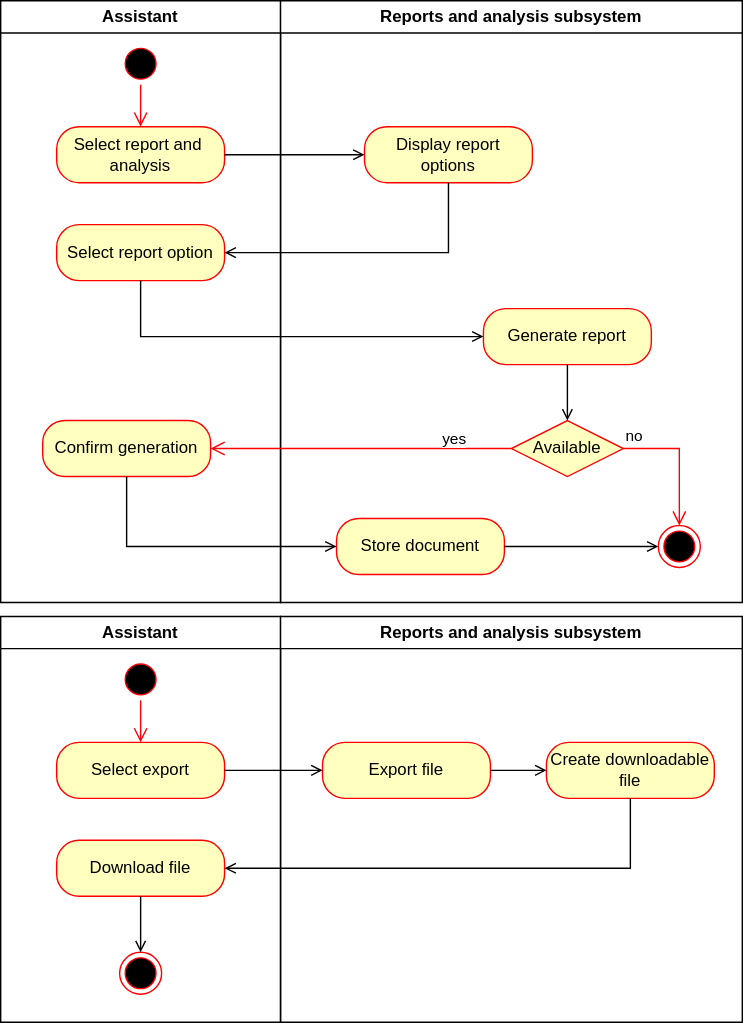
This is Reports_analysis_Activity.svg from Simamkele88/IFM3_GP, a draw.io export, as it was before one commit. Source tidied: cells renumbered, new cells last; positions are measured from the earlier drawing's top-left corner, leaving out a move shared by most shapes.
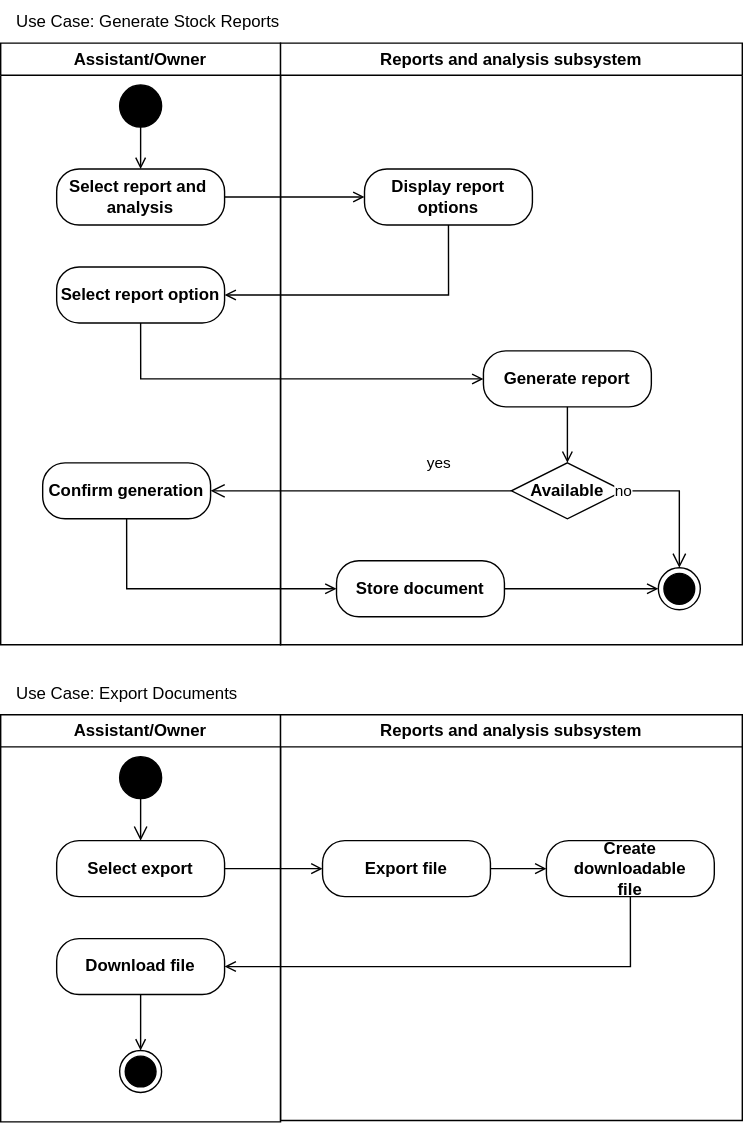
Later version of the same file.

The edit, as a diff of the source:
```diff
@@ -2,38 +2,39 @@
   <root>
     <mxCell id="0" />
     <mxCell id="1" parent="0" />
-    <mxCell id="2" value="Assistant" style="swimlane;whiteSpace=wrap;html=1;startSize=23;" parent="1" vertex="1">
+    <mxCell id="2" value="Assistant/Owner" style="swimlane;whiteSpace=wrap;html=1;startSize=23;" parent="1" vertex="1">
       <mxGeometry width="200" height="430" as="geometry" />
     </mxCell>
-    <mxCell id="3" value="Select report and&amp;nbsp;&lt;div&gt;analysis&lt;/div&gt;" style="rounded=1;whiteSpace=wrap;html=1;strokeColor=#ff0000;align=center;verticalAlign=middle;arcSize=40;fontFamily=Helvetica;fontSize=12;fontColor=#000000;fillColor=#ffffc0;" parent="2" vertex="1">
+    <mxCell id="3" value="Select report and&amp;nbsp;&lt;div&gt;analysis&lt;/div&gt;" style="rounded=1;whiteSpace=wrap;html=1;strokeColor=default;align=center;verticalAlign=middle;arcSize=40;fontFamily=Helvetica;fontSize=12;fontColor=default;fillColor=default;fontStyle=1;" parent="2" vertex="1">
       <mxGeometry x="40" y="90" width="120" height="40" as="geometry" />
     </mxCell>
-    <mxCell id="4" style="ellipse;html=1;shape=startState;fillColor=#000000;strokeColor=#ff0000;" parent="2" vertex="1">
-      <mxGeometry x="85" y="30" width="30" height="30" as="geometry" />
-    </mxCell>
-    <mxCell id="5" style="edgeStyle=orthogonalEdgeStyle;html=1;verticalAlign=bottom;endArrow=open;endSize=8;strokeColor=#ff0000;rounded=0;entryX=0.5;entryY=0;entryDx=0;entryDy=0;" parent="2" edge="1" source="4" target="3">
-      <mxGeometry relative="1" as="geometry" />
-    </mxCell>
-    <mxCell id="6" value="Select report option" style="rounded=1;whiteSpace=wrap;html=1;strokeColor=#ff0000;align=center;verticalAlign=middle;arcSize=40;fontFamily=Helvetica;fontSize=12;fontColor=#000000;fillColor=#ffffc0;" parent="2" vertex="1">
+    <mxCell id="6" value="Select report option" style="rounded=1;whiteSpace=wrap;html=1;strokeColor=default;align=center;verticalAlign=middle;arcSize=40;fontFamily=Helvetica;fontSize=12;fontColor=default;fillColor=default;fontStyle=1;" parent="2" vertex="1">
       <mxGeometry x="40" y="160" width="120" height="40" as="geometry" />
     </mxCell>
-    <mxCell id="7" value="Confirm generation" style="rounded=1;whiteSpace=wrap;html=1;strokeColor=#ff0000;align=center;verticalAlign=middle;arcSize=40;fontFamily=Helvetica;fontSize=12;fontColor=#000000;fillColor=#ffffc0;" parent="2" vertex="1">
+    <mxCell id="7" value="Confirm generation" style="rounded=1;whiteSpace=wrap;html=1;strokeColor=default;align=center;verticalAlign=middle;arcSize=40;fontFamily=Helvetica;fontSize=12;fontColor=default;fillColor=default;fontStyle=1;" parent="2" vertex="1">
       <mxGeometry x="30" y="300" width="120" height="40" as="geometry" />
     </mxCell>
+    <mxCell id="35" style="ellipse;fillColor=strokeColor;html=1;" parent="2" vertex="1">
+      <mxGeometry x="85" y="30" width="30" height="30" as="geometry" />
+    </mxCell>
+    <mxCell id="36" style="endArrow=open;html=1;rounded=0;exitX=0.5;exitY=1;exitDx=0;exitDy=0;entryX=0.5;entryY=0;entryDx=0;entryDy=0;endFill=0;" parent="2" edge="1" source="35" target="3">
+      <mxGeometry relative="1" as="geometry" />
+    </mxCell>
     <mxCell id="8" value="Reports and analysis subsystem" style="swimlane;whiteSpace=wrap;html=1;" parent="1" vertex="1">
       <mxGeometry x="200" width="330" height="430" as="geometry" />
     </mxCell>
-    <mxCell id="9" value="Display report&lt;div&gt;options&lt;/div&gt;" style="rounded=1;whiteSpace=wrap;html=1;strokeColor=#ff0000;align=center;verticalAlign=middle;arcSize=40;fontFamily=Helvetica;fontSize=12;fontColor=#000000;fillColor=#ffffc0;" parent="8" vertex="1">
+    <mxCell id="9" value="Display report&lt;div&gt;options&lt;/div&gt;" style="rounded=1;whiteSpace=wrap;html=1;strokeColor=default;align=center;verticalAlign=middle;arcSize=40;fontFamily=Helvetica;fontSize=12;fontColor=default;fillColor=default;fontStyle=1;" parent="8" vertex="1">
       <mxGeometry x="60" y="90" width="120" height="40" as="geometry" />
     </mxCell>
-    <mxCell id="10" value="Generate report" style="rounded=1;whiteSpace=wrap;html=1;strokeColor=#ff0000;align=center;verticalAlign=middle;arcSize=40;fontFamily=Helvetica;fontSize=12;fontColor=#000000;fillColor=#ffffc0;" parent="8" vertex="1">
+    <mxCell id="10" value="Generate report" style="rounded=1;whiteSpace=wrap;html=1;strokeColor=default;align=center;verticalAlign=middle;arcSize=40;fontFamily=Helvetica;fontSize=12;fontColor=default;fillColor=default;fontStyle=1;" parent="8" vertex="1">
       <mxGeometry x="145" y="220" width="120" height="40" as="geometry" />
     </mxCell>
-    <mxCell id="11" value="Available" style="rhombus;whiteSpace=wrap;html=1;fontColor=#000000;fillColor=#ffffc0;strokeColor=#ff0000;" parent="8" vertex="1">
+    <mxCell id="11" value="Available" style="rhombus;whiteSpace=wrap;html=1;fontColor=default;fillColor=default;strokeColor=default;align=center;verticalAlign=middle;fontFamily=Helvetica;fontSize=12;fontStyle=1;" parent="8" vertex="1">
       <mxGeometry x="165" y="300" width="80" height="40" as="geometry" />
     </mxCell>
-    <mxCell id="12" value="no" style="edgeStyle=orthogonalEdgeStyle;html=1;align=left;verticalAlign=bottom;endArrow=open;endSize=8;strokeColor=#ff0000;rounded=0;entryX=0.5;entryY=0;entryDx=0;entryDy=0;" parent="8" edge="1" source="11" target="14">
+    <mxCell id="12" value="no" style="edgeStyle=orthogonalEdgeStyle;html=1;align=center;verticalAlign=middle;endArrow=open;endSize=8;strokeColor=default;rounded=0;entryX=0.5;entryY=0;entryDx=0;entryDy=0;fontFamily=Helvetica;fontSize=11;fontColor=default;labelBackgroundColor=default;endFill=0;" parent="8" edge="1" source="11">
       <mxGeometry x="-1" relative="1" as="geometry">
+        <mxPoint x="285" y="375" as="targetPoint" />
         <Array as="points">
           <mxPoint x="285" y="320" />
         </Array>
@@ -47,51 +48,52 @@
         </Array>
       </mxGeometry>
     </mxCell>
-    <mxCell id="14" style="ellipse;html=1;shape=endState;fillColor=#000000;strokeColor=#ff0000;" parent="8" vertex="1">
-      <mxGeometry x="270" y="375" width="30" height="30" as="geometry" />
-    </mxCell>
-    <mxCell id="15" value="Store document" style="rounded=1;whiteSpace=wrap;html=1;strokeColor=#ff0000;align=center;verticalAlign=middle;arcSize=40;fontFamily=Helvetica;fontSize=12;fontColor=#000000;fillColor=#ffffc0;" parent="8" vertex="1">
+    <mxCell id="15" value="Store document" style="rounded=1;whiteSpace=wrap;html=1;strokeColor=default;align=center;verticalAlign=middle;arcSize=40;fontFamily=Helvetica;fontSize=12;fontColor=default;fillColor=default;fontStyle=1;" parent="8" vertex="1">
       <mxGeometry x="40" y="370" width="120" height="40" as="geometry" />
     </mxCell>
-    <mxCell id="16" style="endArrow=open;html=1;rounded=0;entryX=0;entryY=0.5;entryDx=0;entryDy=0;endFill=0;edgeStyle=orthogonalEdgeStyle;exitX=1;exitY=0.5;exitDx=0;exitDy=0;" parent="8" edge="1" source="15" target="14">
+    <mxCell id="16" style="endArrow=open;html=1;rounded=0;entryX=0;entryY=0.5;entryDx=0;entryDy=0;endFill=0;edgeStyle=orthogonalEdgeStyle;exitX=1;exitY=0.5;exitDx=0;exitDy=0;" parent="8" edge="1" source="15">
       <mxGeometry relative="1" as="geometry">
+        <mxPoint x="270" y="390" as="targetPoint" />
         <Array as="points">
           <mxPoint x="210" y="390" />
           <mxPoint x="210" y="390" />
         </Array>
       </mxGeometry>
     </mxCell>
+    <mxCell id="37" style="ellipse;html=1;shape=endState;fillColor=strokeColor;" parent="8" vertex="1">
+      <mxGeometry x="270" y="375" width="30" height="30" as="geometry" />
+    </mxCell>
     <mxCell id="17" style="endArrow=open;html=1;rounded=0;exitX=1;exitY=0.5;exitDx=0;exitDy=0;entryX=0;entryY=0.5;entryDx=0;entryDy=0;endFill=0;" parent="1" edge="1" source="3" target="9">
       <mxGeometry relative="1" as="geometry" />
     </mxCell>
-    <mxCell id="18" value="Assistant" style="swimlane;whiteSpace=wrap;html=1;" parent="1" vertex="1">
-      <mxGeometry y="440" width="200" height="290" as="geometry" />
+    <mxCell id="18" value="Assistant/Owner" style="swimlane;whiteSpace=wrap;html=1;" parent="1" vertex="1">
+      <mxGeometry y="480" width="200" height="291" as="geometry" />
     </mxCell>
-    <mxCell id="19" style="ellipse;html=1;shape=startState;fillColor=#000000;strokeColor=#ff0000;" parent="18" vertex="1">
-      <mxGeometry x="85" y="30" width="30" height="30" as="geometry" />
-    </mxCell>
-    <mxCell id="20" style="edgeStyle=orthogonalEdgeStyle;html=1;verticalAlign=bottom;endArrow=open;endSize=8;strokeColor=#ff0000;rounded=0;entryX=0.5;entryY=0;entryDx=0;entryDy=0;" parent="18" edge="1" source="19" target="21">
+    <mxCell id="20" style="edgeStyle=orthogonalEdgeStyle;html=1;verticalAlign=middle;endArrow=open;endSize=8;strokeColor=default;rounded=0;entryX=0.5;entryY=0;entryDx=0;entryDy=0;align=center;fontFamily=Helvetica;fontSize=11;fontColor=default;labelBackgroundColor=default;endFill=0;exitX=0.5;exitY=1;exitDx=0;exitDy=0;" parent="18" edge="1" source="38" target="21">
       <mxGeometry relative="1" as="geometry" />
     </mxCell>
-    <mxCell id="21" value="Select export" style="rounded=1;whiteSpace=wrap;html=1;strokeColor=#ff0000;align=center;verticalAlign=middle;arcSize=40;fontFamily=Helvetica;fontSize=12;fontColor=#000000;fillColor=#ffffc0;" parent="18" vertex="1">
+    <mxCell id="21" value="Select export" style="rounded=1;whiteSpace=wrap;html=1;strokeColor=default;align=center;verticalAlign=middle;arcSize=40;fontFamily=Helvetica;fontSize=12;fontColor=default;fillColor=default;fontStyle=1;" parent="18" vertex="1">
       <mxGeometry x="40" y="90" width="120" height="40" as="geometry" />
     </mxCell>
-    <mxCell id="22" value="Download file" style="rounded=1;whiteSpace=wrap;html=1;strokeColor=#ff0000;align=center;verticalAlign=middle;arcSize=40;fontFamily=Helvetica;fontSize=12;fontColor=#000000;fillColor=#ffffc0;" parent="18" vertex="1">
+    <mxCell id="22" value="Download file" style="rounded=1;whiteSpace=wrap;html=1;strokeColor=default;align=center;verticalAlign=middle;arcSize=40;fontFamily=Helvetica;fontSize=12;fontColor=default;fillColor=default;fontStyle=1;" parent="18" vertex="1">
       <mxGeometry x="40" y="160" width="120" height="40" as="geometry" />
     </mxCell>
-    <mxCell id="23" style="ellipse;html=1;shape=endState;fillColor=#000000;strokeColor=#ff0000;" parent="18" vertex="1">
-      <mxGeometry x="85" y="240" width="30" height="30" as="geometry" />
-    </mxCell>
-    <mxCell id="24" style="endArrow=open;html=1;rounded=0;exitX=0.5;exitY=1;exitDx=0;exitDy=0;entryX=0.5;entryY=0;entryDx=0;entryDy=0;endFill=0;edgeStyle=orthogonalEdgeStyle;" parent="18" edge="1" source="22" target="23">
+    <mxCell id="24" style="endArrow=open;html=1;rounded=0;exitX=0.5;exitY=1;exitDx=0;exitDy=0;entryX=0.5;entryY=0;entryDx=0;entryDy=0;endFill=0;edgeStyle=orthogonalEdgeStyle;" parent="18" edge="1" source="22" target="39">
       <mxGeometry relative="1" as="geometry" />
     </mxCell>
+    <mxCell id="38" style="ellipse;fillColor=strokeColor;html=1;" parent="18" vertex="1">
+      <mxGeometry x="85" y="30" width="30" height="30" as="geometry" />
+    </mxCell>
+    <mxCell id="39" style="ellipse;html=1;shape=endState;fillColor=strokeColor;" parent="18" vertex="1">
+      <mxGeometry x="85" y="240" width="30" height="30" as="geometry" />
+    </mxCell>
     <mxCell id="25" value="Reports and analysis subsystem" style="swimlane;whiteSpace=wrap;html=1;" parent="1" vertex="1">
-      <mxGeometry x="200" y="440" width="330" height="290" as="geometry" />
+      <mxGeometry x="200" y="480" width="330" height="290" as="geometry" />
     </mxCell>
-    <mxCell id="26" value="Export file" style="rounded=1;whiteSpace=wrap;html=1;strokeColor=#ff0000;align=center;verticalAlign=middle;arcSize=40;fontFamily=Helvetica;fontSize=12;fontColor=#000000;fillColor=#ffffc0;" parent="25" vertex="1">
+    <mxCell id="26" value="Export file" style="rounded=1;whiteSpace=wrap;html=1;strokeColor=default;align=center;verticalAlign=middle;arcSize=40;fontFamily=Helvetica;fontSize=12;fontColor=default;fillColor=default;fontStyle=1;" parent="25" vertex="1">
       <mxGeometry x="30" y="90" width="120" height="40" as="geometry" />
     </mxCell>
-    <mxCell id="27" value="Create downloadable&lt;div&gt;file&lt;/div&gt;" style="rounded=1;whiteSpace=wrap;html=1;strokeColor=#ff0000;align=center;verticalAlign=middle;arcSize=40;fontFamily=Helvetica;fontSize=12;fontColor=#000000;fillColor=#ffffc0;" parent="25" vertex="1">
+    <mxCell id="27" value="Create downloadable&lt;div&gt;file&lt;/div&gt;" style="rounded=1;whiteSpace=wrap;html=1;strokeColor=default;align=center;verticalAlign=middle;arcSize=40;fontFamily=Helvetica;fontSize=12;fontColor=default;fillColor=default;fontStyle=1;" parent="25" vertex="1">
       <mxGeometry x="190" y="90" width="120" height="40" as="geometry" />
     </mxCell>
     <mxCell id="28" style="endArrow=open;html=1;rounded=0;exitX=1;exitY=0.5;exitDx=0;exitDy=0;entryX=0;entryY=0.5;entryDx=0;entryDy=0;endFill=0;" parent="25" edge="1" source="26" target="27">
@@ -114,7 +116,7 @@
         </Array>
       </mxGeometry>
     </mxCell>
-    <mxCell id="32" value="yes" style="edgeStyle=orthogonalEdgeStyle;html=1;align=left;verticalAlign=top;endArrow=open;endSize=8;strokeColor=#ff0000;rounded=0;exitX=0;exitY=0.5;exitDx=0;exitDy=0;entryX=1;entryY=0.5;entryDx=0;entryDy=0;" parent="1" edge="1" source="11" target="7">
+    <mxCell id="32" value="yes" style="edgeStyle=orthogonalEdgeStyle;html=1;align=center;verticalAlign=middle;endArrow=open;endSize=8;strokeColor=default;rounded=0;exitX=0;exitY=0.5;exitDx=0;exitDy=0;entryX=1;entryY=0.5;entryDx=0;entryDy=0;fontFamily=Helvetica;fontSize=11;fontColor=default;labelBackgroundColor=default;endFill=0;" parent="1" edge="1" source="11" target="7">
       <mxGeometry x="-0.52" y="-20" relative="1" as="geometry" />
     </mxCell>
     <mxCell id="33" style="endArrow=open;html=1;rounded=0;entryX=0;entryY=0.5;entryDx=0;entryDy=0;endFill=0;edgeStyle=orthogonalEdgeStyle;exitX=0.5;exitY=1;exitDx=0;exitDy=0;" parent="1" edge="1" source="7" target="15">
@@ -127,5 +129,11 @@
     <mxCell id="34" style="endArrow=open;html=1;rounded=0;exitX=0.5;exitY=1;exitDx=0;exitDy=0;entryX=1;entryY=0.5;entryDx=0;entryDy=0;endFill=0;edgeStyle=orthogonalEdgeStyle;" parent="1" edge="1" source="27" target="22">
       <mxGeometry relative="1" as="geometry" />
     </mxCell>
+    <mxCell id="40" value="Use Case: Generate Stock Reports" style="text;html=1;align=center;verticalAlign=middle;strokeColor=none;fillColor=none;" parent="1" vertex="1">
+      <mxGeometry y="-30" width="210" height="30" as="geometry" />
+    </mxCell>
+    <mxCell id="41" value="Use Case: Export Documents" style="text;html=1;align=center;verticalAlign=middle;strokeColor=none;fillColor=none;" parent="1" vertex="1">
+      <mxGeometry y="450" width="180" height="30" as="geometry" />
+    </mxCell>
   </root>
 </mxGraphModel>
```
